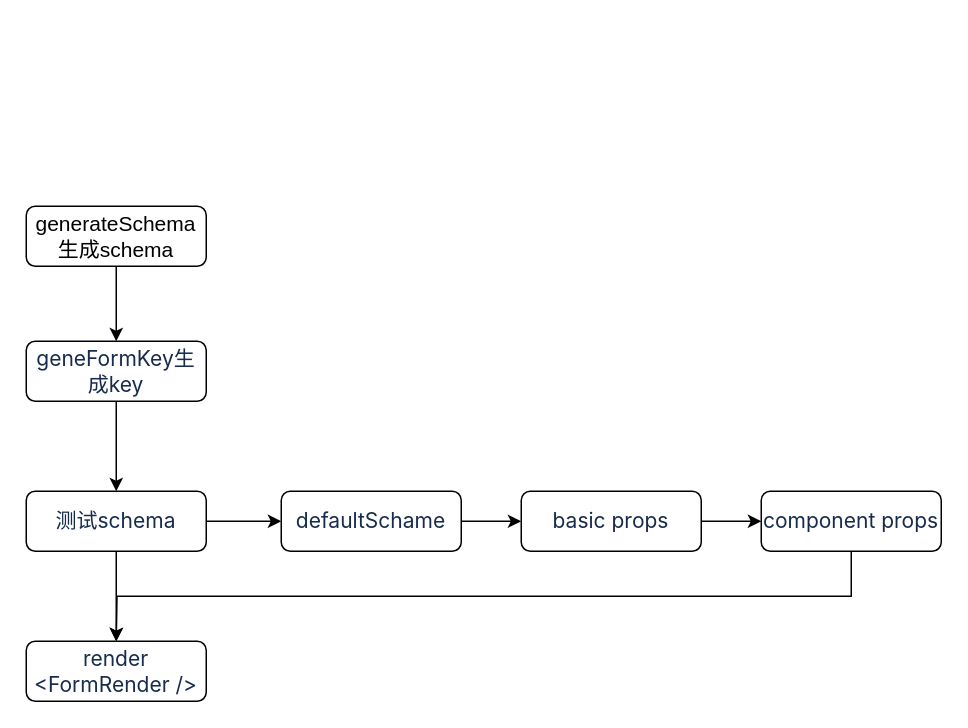
Before: Untitled Diagram.drawio in hellowangziyi/drawio, a draw.io diagram. Source tidied: cells renumbered, new cells numbered last; positions are measured from the earlier drawing's top-left corner, leaving out a move shared by most shapes. Both pictures are drawn from the tidied source at 150%, with x=0, y=0 at pixel (26, 206).
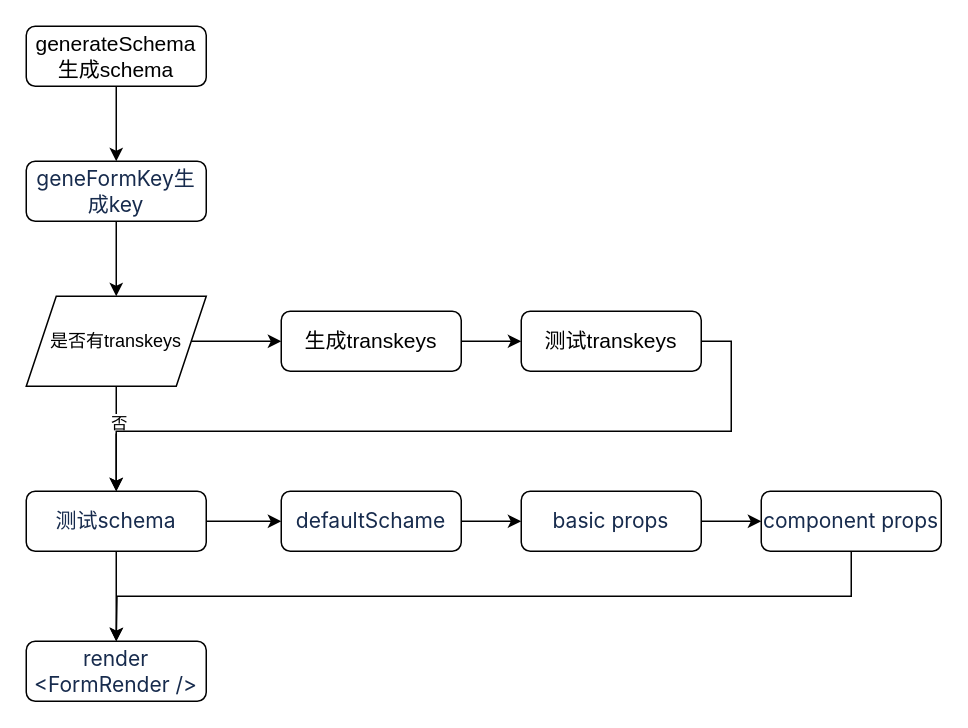
After the change.

The change refers to these unchanged cells:
```xml
<mxCell id="8" value="&lt;div style=&quot;text-align: left;&quot;&gt;&lt;font face=&quot;-apple-system, system-ui, Segoe UI, Roboto, Oxygen, Ubuntu, Fira Sans, Droid Sans, Helvetica Neue, sans-serif&quot; color=&quot;#172b4d&quot;&gt;&lt;span style=&quot;font-size: 14px; background-color: rgb(255, 255, 255);&quot;&gt;测试schema&lt;/span&gt;&lt;/font&gt;&lt;/div&gt;" style="rounded=1;whiteSpace=wrap;html=1;fontSize=12;glass=0;strokeWidth=1;shadow=0;" parent="1" vertex="1">
  <mxGeometry y="190" width="120" height="40" as="geometry" />
</mxCell>
```

Diff of the diagram source:
```diff
@@
     <mxCell id="3" value="&lt;font style=&quot;font-size: 14px;&quot;&gt;generateSchema生成schema&lt;/font&gt;" style="rounded=1;whiteSpace=wrap;html=1;fontSize=12;glass=0;strokeWidth=1;shadow=0;" parent="1" vertex="1">
-      <mxGeometry width="120" height="40" as="geometry" />
+      <mxGeometry y="-120" width="120" height="40" as="geometry" />
     </mxCell>
-    <mxCell id="4" style="edgeStyle=orthogonalEdgeStyle;rounded=0;jettySize=auto;html=1;exitX=0.5;exitY=1;exitDx=0;exitDy=0;" parent="1" edge="1" source="5" target="8">
+    <mxCell id="4" style="edgeStyle=orthogonalEdgeStyle;rounded=0;jettySize=auto;html=1;exitX=0.5;exitY=1;exitDx=0;exitDy=0;entryX=0.5;entryY=0;entryDx=0;entryDy=0;" parent="1" edge="1" source="5" target="19">
       <mxGeometry relative="1" as="geometry" />
     </mxCell>
     <mxCell id="5" value="&lt;span style=&quot;color: rgb(23, 43, 77); font-family: -apple-system, &amp;quot;system-ui&amp;quot;, &amp;quot;Segoe UI&amp;quot;, Roboto, Oxygen, Ubuntu, &amp;quot;Fira Sans&amp;quot;, &amp;quot;Droid Sans&amp;quot;, &amp;quot;Helvetica Neue&amp;quot;, sans-serif; font-size: 14px; text-align: left; background-color: rgb(255, 255, 255);&quot;&gt;geneFormKey生成key&lt;/span&gt;" style="rounded=1;whiteSpace=wrap;html=1;fontSize=12;glass=0;strokeWidth=1;shadow=0;" parent="1" vertex="1">
-      <mxGeometry y="90" width="120" height="40" as="geometry" />
+      <mxGeometry y="-30" width="120" height="40" as="geometry" />
     </mxCell>
@@
+    <mxCell id="16" style="edgeStyle=orthogonalEdgeStyle;rounded=0;jettySize=auto;html=1;exitX=0.5;exitY=1;exitDx=0;exitDy=0;" parent="1" edge="1" source="19" target="8">
+      <mxGeometry relative="1" as="geometry" />
+    </mxCell>
+    <mxCell id="17" value="否" style="edgeLabel;html=1;align=center;verticalAlign=middle;" parent="16" vertex="1">
+      <mxGeometry x="-0.31" y="1" relative="1" as="geometry" />
+    </mxCell>
+    <mxCell id="18" style="edgeStyle=orthogonalEdgeStyle;rounded=0;jettySize=auto;html=1;exitX=1;exitY=0.5;exitDx=0;exitDy=0;entryX=0;entryY=0.5;entryDx=0;entryDy=0;" parent="1" edge="1" source="19" target="21">
+      <mxGeometry relative="1" as="geometry" />
+    </mxCell>
+    <mxCell id="19" value="是否有transkeys" style="shape=parallelogram;perimeter=parallelogramPerimeter;whiteSpace=wrap;html=1;fixedSize=1;" parent="1" vertex="1">
+      <mxGeometry y="60" width="120" height="60" as="geometry" />
+    </mxCell>
+    <mxCell id="20" style="edgeStyle=orthogonalEdgeStyle;rounded=0;jettySize=auto;html=1;exitX=1;exitY=0.5;exitDx=0;exitDy=0;entryX=0;entryY=0.5;entryDx=0;entryDy=0;" parent="1" edge="1" source="21" target="23">
+      <mxGeometry relative="1" as="geometry" />
+    </mxCell>
+    <mxCell id="21" value="&lt;div style=&quot;&quot;&gt;&lt;font style=&quot;font-size: 14px;&quot;&gt;生成transkeys&lt;/font&gt;&lt;/div&gt;" style="rounded=1;whiteSpace=wrap;html=1;fontSize=12;glass=0;strokeWidth=1;shadow=0;align=center;" parent="1" vertex="1">
+      <mxGeometry x="170" y="70" width="120" height="40" as="geometry" />
+    </mxCell>
+    <mxCell id="22" style="edgeStyle=orthogonalEdgeStyle;rounded=0;jettySize=auto;html=1;exitX=1;exitY=0.5;exitDx=0;exitDy=0;entryX=0.5;entryY=0;entryDx=0;entryDy=0;" parent="1" edge="1" source="23" target="8">
+      <mxGeometry relative="1" as="geometry" />
+    </mxCell>
+    <mxCell id="23" value="&lt;div style=&quot;&quot;&gt;&lt;font style=&quot;font-size: 14px;&quot;&gt;测试transkeys&lt;/font&gt;&lt;/div&gt;" style="rounded=1;whiteSpace=wrap;html=1;fontSize=12;glass=0;strokeWidth=1;shadow=0;align=center;" parent="1" vertex="1">
+      <mxGeometry x="330" y="70" width="120" height="40" as="geometry" />
+    </mxCell>
```
